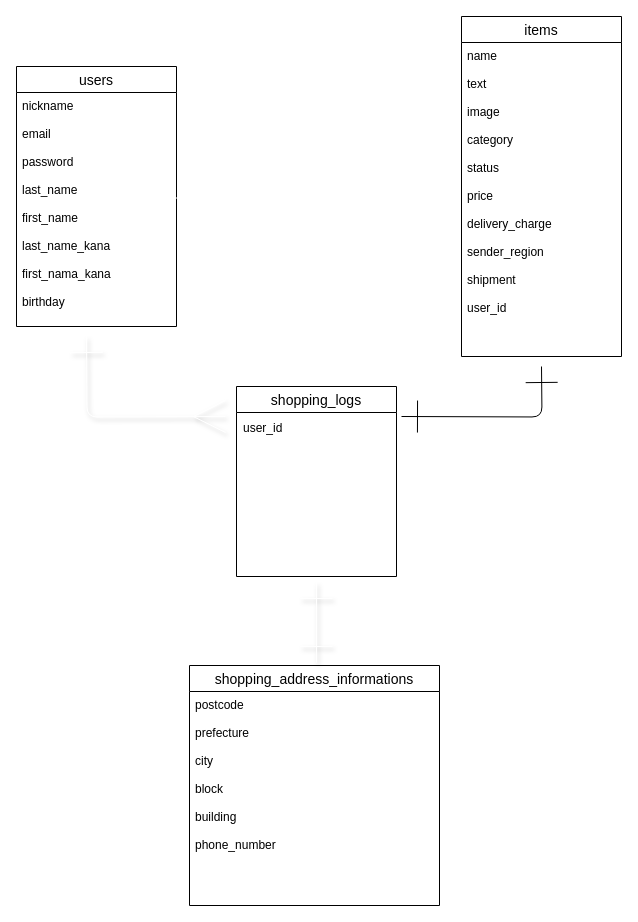
This is er.dio from Koba-Qin-GitHub/furima-29430, a draw.io file, before an edit. Source tidied: cells renumbered, new cells numbered last; positions are measured from the earlier drawing's top-left corner, leaving out a move shared by most shapes. Both pictures are drawn from the tidied source at 100%, with x=0, y=0 at pixel (16, 16).
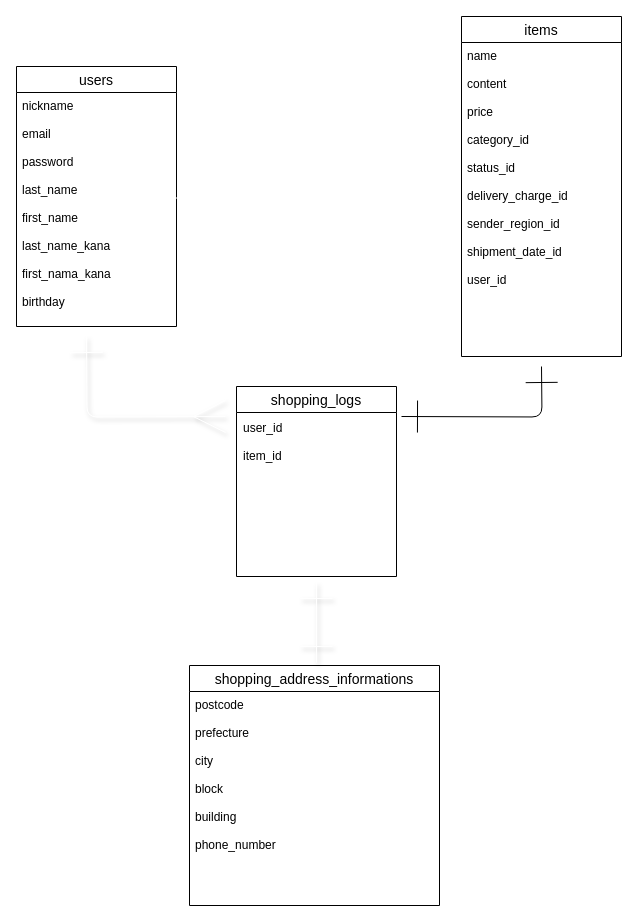
The same page after the edit.

Commit message (it also covers changes not shown here):
データベース設計　修正１回目

Diff of the diagram source:
```diff
@@
 <mxGraphModel>
   <root>
     <mxCell id="0" />
     <mxCell id="1" parent="0" />
     <mxCell id="2" value="users" style="swimlane;fontStyle=0;horizontal=1;startSize=26;align=center;fontSize=14;" parent="1" vertex="1">
       <mxGeometry y="50" width="160" height="260" as="geometry" />
     </mxCell>
     <mxCell id="3" value="nickname&#10;&#10;email&#10;&#10;password&#10;&#10;last_name&#10;&#10;first_name&#10;&#10;last_name_kana&#10;&#10;first_nama_kana&#10;&#10;birthday" style="text;strokeColor=none;fillColor=none;spacingLeft=4;spacingRight=4;overflow=hidden;fontSize=12;" parent="2" vertex="1">
       <mxGeometry y="26" width="160" height="234" as="geometry" />
     </mxCell>
     <mxCell id="4" value="items" style="swimlane;fontStyle=0;horizontal=1;startSize=26;align=center;fontSize=14;" parent="1" vertex="1">
       <mxGeometry x="445" width="160" height="340" as="geometry" />
     </mxCell>
-    <mxCell id="5" value="name&#10;&#10;text&#10;&#10;image&#10;&#10;category&#10;&#10;status&#10;&#10;price&#10;&#10;delivery_charge&#10;&#10;sender_region&#10;&#10;shipment&#10;&#10;user_id&#10;" style="text;strokeColor=none;fillColor=none;spacingLeft=4;spacingRight=4;overflow=hidden;fontSize=12;" parent="4" vertex="1">
+    <mxCell id="5" value="name&#10;&#10;content&#10;&#10;price&#10;&#10;category_id&#10;&#10;status_id&#10;&#10;delivery_charge_id&#10;&#10;sender_region_id&#10;&#10;shipment_date_id&#10;&#10;user_id&#10;" style="text;strokeColor=none;fillColor=none;spacingLeft=4;spacingRight=4;overflow=hidden;fontSize=12;" parent="4" vertex="1">
       <mxGeometry y="26" width="160" height="314" as="geometry" />
     </mxCell>
     <mxCell id="6" value="shopping_address_informations" style="swimlane;fontStyle=0;horizontal=1;startSize=26;align=center;fontSize=14;" parent="1" vertex="1">
       <mxGeometry x="173" y="649" width="250" height="240" as="geometry" />
     </mxCell>
     <mxCell id="7" value="postcode&#10;&#10;prefecture&#10;&#10;city&#10;&#10;block&#10;&#10;building&#10;&#10;phone_number" style="text;strokeColor=none;fillColor=none;spacingLeft=4;spacingRight=4;overflow=hidden;fontSize=12;" parent="6" vertex="1">
       <mxGeometry y="26" width="250" height="214" as="geometry" />
     </mxCell>
     <mxCell id="8" style="edgeStyle=orthogonalEdgeStyle;html=1;strokeWidth=1;startArrow=ERone;startFill=0;endArrow=ERone;endFill=0;startSize=30;endSize=30;elbow=vertical;" parent="1" edge="1">
       <mxGeometry relative="1" as="geometry">
         <mxPoint x="385" y="400" as="sourcePoint" />
         <mxPoint x="525" y="350" as="targetPoint" />
       </mxGeometry>
     </mxCell>
     <mxCell id="9" style="edgeStyle=orthogonalEdgeStyle;html=1;strokeColor=#FFFFFF;strokeWidth=1;startArrow=ERmany;startFill=0;endArrow=ERone;endFill=0;startSize=30;endSize=30;elbow=vertical;shadow=1;" parent="1" edge="1">
       <mxGeometry relative="1" as="geometry">
         <mxPoint x="209" y="400" as="sourcePoint" />
         <mxPoint x="70" y="320" as="targetPoint" />
       </mxGeometry>
     </mxCell>
     <mxCell id="10" style="edgeStyle=none;html=1;shadow=1;strokeColor=#FFFFFF;strokeWidth=1;startArrow=ERone;startFill=0;endArrow=ERone;endFill=0;startSize=30;endSize=30;elbow=vertical;" parent="1" edge="1">
       <mxGeometry relative="1" as="geometry">
         <mxPoint x="300" y="566" as="sourcePoint" />
         <mxPoint x="300" y="646" as="targetPoint" />
       </mxGeometry>
     </mxCell>
     <mxCell id="11" value="shopping_logs" style="swimlane;fontStyle=0;horizontal=1;startSize=26;align=center;fontSize=14;" parent="1" vertex="1">
       <mxGeometry x="220" y="370" width="160" height="190" as="geometry" />
     </mxCell>
     <mxCell id="12" style="edgeStyle=none;html=1;entryX=-0.012;entryY=0.413;entryDx=0;entryDy=0;entryPerimeter=0;endArrow=ERmany;endFill=0;strokeWidth=1;fillColor=#f5f5f5;strokeColor=#FFFFFF;startArrow=ERone;startFill=0;endSize=30;startSize=30;" parent="1" edge="1">
       <mxGeometry relative="1" as="geometry">
         <mxPoint x="159" y="181.5" as="sourcePoint" />
         <mxPoint x="437.1" y="183" as="targetPoint" />
       </mxGeometry>
     </mxCell>
-    <mxCell id="13" value="user_id" style="text;strokeColor=none;fillColor=none;spacingLeft=4;spacingRight=4;overflow=hidden;fontSize=12;" parent="1" vertex="1">
+    <mxCell id="13" value="user_id&#10;&#10;item_id" style="text;strokeColor=none;fillColor=none;spacingLeft=4;spacingRight=4;overflow=hidden;fontSize=12;" parent="1" vertex="1">
       <mxGeometry x="221" y="398" width="160" height="162" as="geometry" />
     </mxCell>
   </root>
 </mxGraphModel>
```
